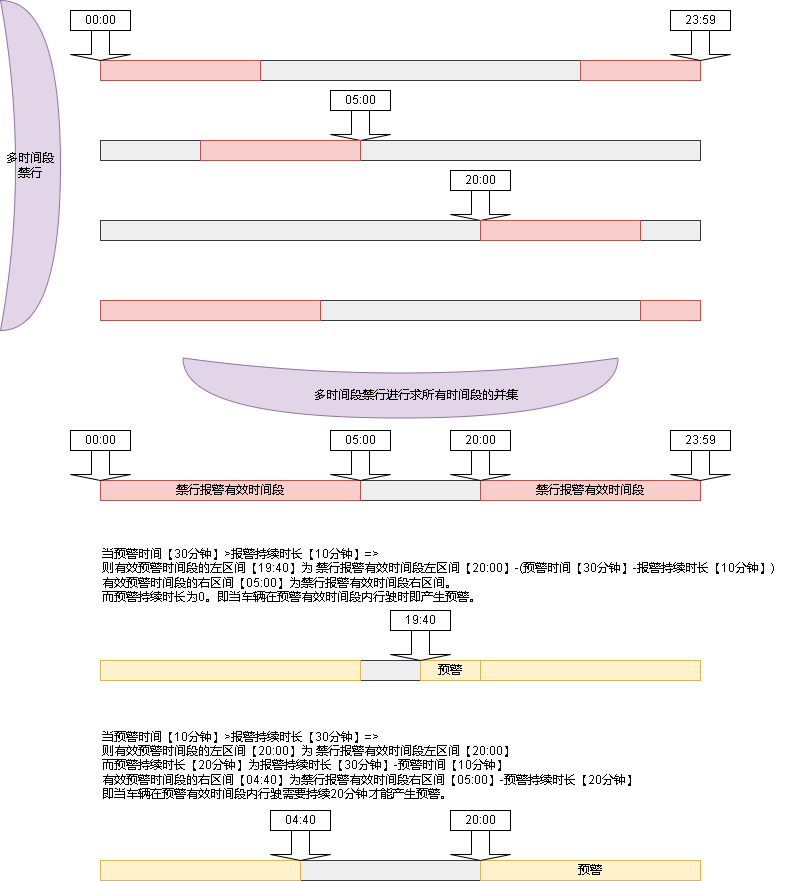
xktder/draw keeps this draw.io diagram as 禁行.drawio.png. Above is the earlier version. Source tidied: cells renumbered, new cells last; positions are measured from the earlier drawing's top-left corner, leaving out a move shared by most shapes.
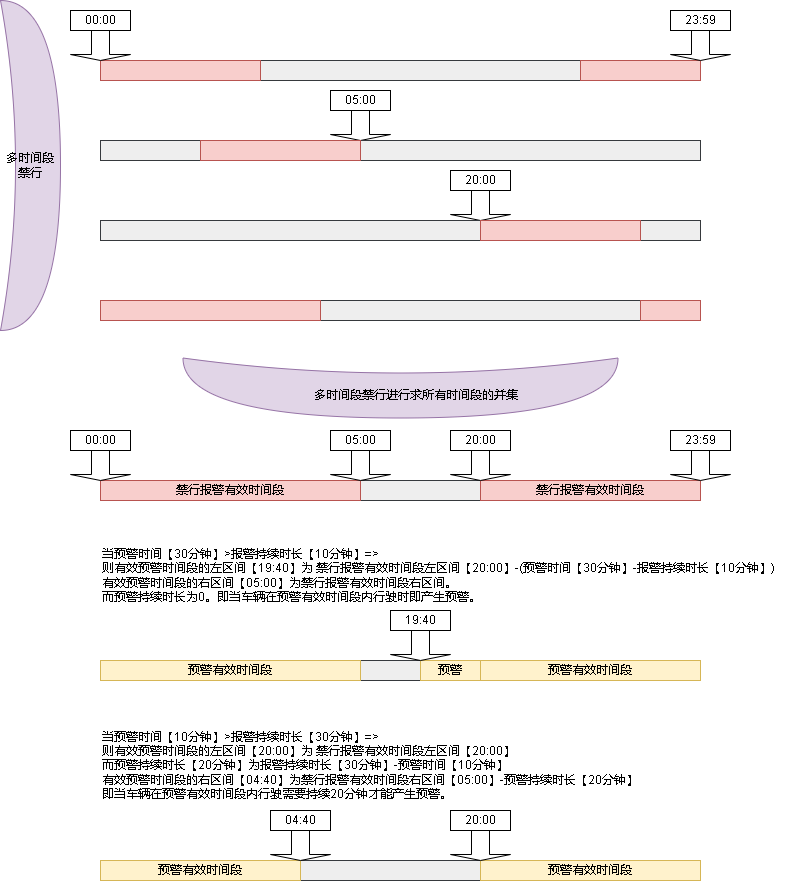
Later version of the same file.

Diff of the diagram source:
```diff
@@ -71,10 +71,10 @@
     <mxCell id="24" style="rounded=0;whiteSpace=wrap;html=1;fillColor=#eeeeee;strokeColor=#36393d;" parent="1" vertex="1">
       <mxGeometry x="100" y="660" width="600" height="20" as="geometry" />
     </mxCell>
-    <mxCell id="25" style="rounded=0;whiteSpace=wrap;html=1;fillColor=#fff2cc;strokeColor=#d6b656;" parent="1" vertex="1">
+    <mxCell id="25" value="预警有效时间段" style="rounded=0;whiteSpace=wrap;html=1;fillColor=#fff2cc;strokeColor=#d6b656;" parent="1" vertex="1">
       <mxGeometry x="100" y="660" width="260" height="20" as="geometry" />
     </mxCell>
-    <mxCell id="26" style="rounded=0;whiteSpace=wrap;html=1;fillColor=#fff2cc;strokeColor=#d6b656;" parent="1" vertex="1">
+    <mxCell id="26" value="预警有效时间段" style="rounded=0;whiteSpace=wrap;html=1;fillColor=#fff2cc;strokeColor=#d6b656;" parent="1" vertex="1">
       <mxGeometry x="480" y="660" width="220" height="20" as="geometry" />
     </mxCell>
     <mxCell id="27" value="预警" style="rounded=0;whiteSpace=wrap;html=1;fillColor=#fff2cc;strokeColor=#d6b656;" parent="1" vertex="1">
@@ -83,10 +83,10 @@
     <mxCell id="28" style="rounded=0;whiteSpace=wrap;html=1;fillColor=#eeeeee;strokeColor=#36393d;" parent="1" vertex="1">
       <mxGeometry x="100" y="860" width="600" height="20" as="geometry" />
     </mxCell>
-    <mxCell id="29" style="rounded=0;whiteSpace=wrap;html=1;fillColor=#fff2cc;strokeColor=#d6b656;" parent="1" vertex="1">
+    <mxCell id="29" value="预警有效时间段" style="rounded=0;whiteSpace=wrap;html=1;fillColor=#fff2cc;strokeColor=#d6b656;" parent="1" vertex="1">
       <mxGeometry x="100" y="860" width="200" height="20" as="geometry" />
     </mxCell>
-    <mxCell id="30" value="预警" style="rounded=0;whiteSpace=wrap;html=1;fillColor=#fff2cc;strokeColor=#d6b656;" parent="1" vertex="1">
+    <mxCell id="30" value="预警有效时间段" style="rounded=0;whiteSpace=wrap;html=1;fillColor=#fff2cc;strokeColor=#d6b656;" parent="1" vertex="1">
       <mxGeometry x="480" y="860" width="220" height="20" as="geometry" />
     </mxCell>
     <mxCell id="31" value="当预警时间【30分钟】&amp;gt;报警持续时长【10分钟】=&amp;gt;&lt;br&gt;则有效预警时间段的左区间【19:40】为 禁行报警有效时间段左区间【20:00】-(预警时间【30分钟】-报警持续时长【10分钟】)&lt;br&gt;有效预警时间段的右区间【05:00】为禁行报警有效时间段右区间。&lt;br&gt;而预警持续时长为0。即当车辆在预警有效时间段内行驶时即产生预警。" style="text;html=1;align=left;verticalAlign=middle;strokeColor=none;fillColor=none;" parent="1" vertex="1">
```
